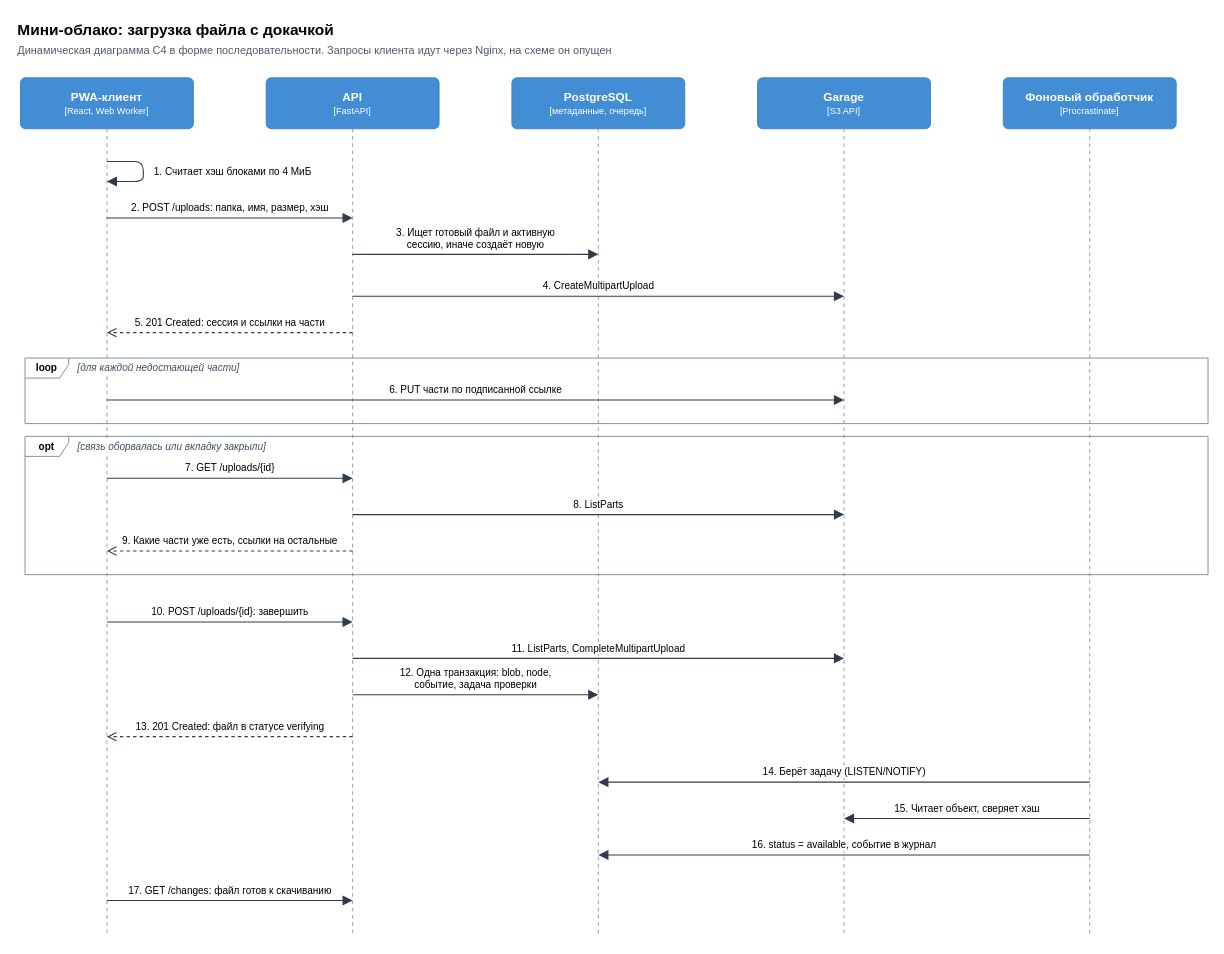
Above: page "3. Загрузка с докачкой (C4 dynamic)" (3 of 3) of docs/architecture/c4-diagram.drawio in NicolasRAA/minicloud (draw.io), before the change. Source tidied: cells renumbered, new cells numbered last; positions are measured from the earlier drawing's top-left corner, leaving out a move shared by most shapes. Both pictures are drawn from the tidied source at 91%, with x=0, y=0 at pixel (15, 15).
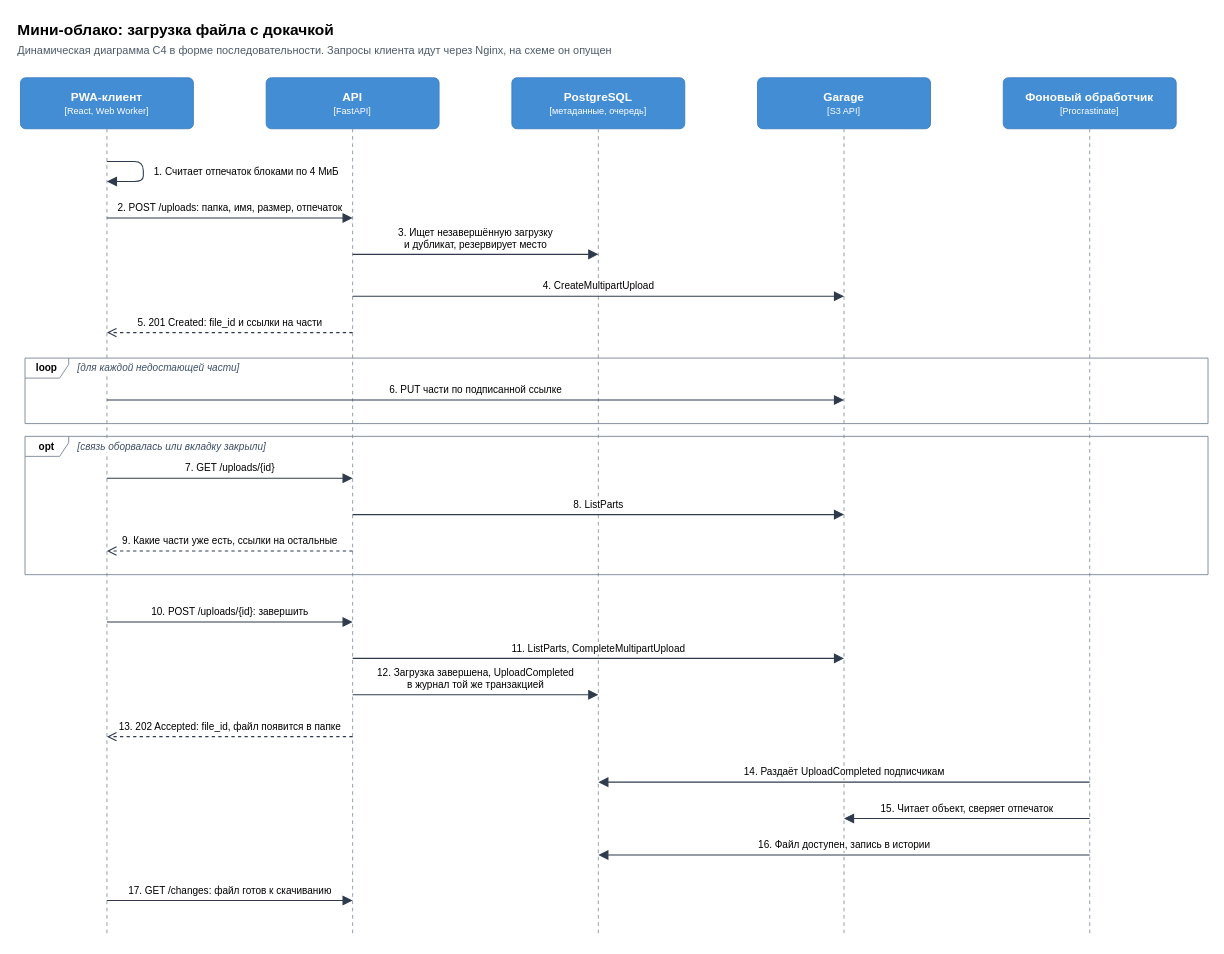
After the change.

The edit, as a diff of the source:
```diff
@@
-    <mxCell id="14" value="1. Считает хэш блоками по 4 МиБ" style="text;html=1;whiteSpace=wrap;align=left;verticalAlign=middle;fontSize=11;fontFamily=Helvetica;" parent="1" vertex="1">
+    <mxCell id="14" value="1. Считает отпечаток блоками по 4 МиБ" style="text;html=1;whiteSpace=wrap;align=left;verticalAlign=middle;fontSize=11;fontFamily=Helvetica;" parent="1" vertex="1">
       <mxGeometry x="150" y="159" width="320" height="24" as="geometry" />
     </mxCell>
-    <mxCell id="15" value="2. POST /uploads: папка, имя, размер, хэш" style="html=1;endArrow=block;endFill=1;endSize=8;strokeColor=#2f3b4c;strokeWidth=1.2;fontSize=11;verticalAlign=bottom;labelBackgroundColor=#ffffff;fontFamily=Helvetica;" parent="1" edge="1">
+    <mxCell id="15" value="2. POST /uploads: папка, имя, размер, отпечаток" style="html=1;endArrow=block;endFill=1;endSize=8;strokeColor=#2f3b4c;strokeWidth=1.2;fontSize=11;verticalAlign=bottom;labelBackgroundColor=#ffffff;fontFamily=Helvetica;" parent="1" edge="1">
       <mxGeometry relative="1" as="geometry">
         <mxPoint x="100" y="222" as="sourcePoint" />
         <mxPoint x="370" y="222" as="targetPoint" />
         <mxPoint y="-2" as="offset" />
       </mxGeometry>
     </mxCell>
-    <mxCell id="16" value="3. Ищет готовый файл и активную&lt;br&gt;сессию, иначе создаёт новую" style="html=1;endArrow=block;endFill=1;endSize=8;strokeColor=#2f3b4c;strokeWidth=1.2;fontSize=11;verticalAlign=bottom;labelBackgroundColor=#ffffff;fontFamily=Helvetica;" parent="1" edge="1">
+    <mxCell id="16" value="3. Ищет незавершённую загрузку&lt;br&gt;и дубликат, резервирует место" style="html=1;endArrow=block;endFill=1;endSize=8;strokeColor=#2f3b4c;strokeWidth=1.2;fontSize=11;verticalAlign=bottom;labelBackgroundColor=#ffffff;fontFamily=Helvetica;" parent="1" edge="1">
       <mxGeometry relative="1" as="geometry">
         <mxPoint x="370" y="262" as="sourcePoint" />
         <mxPoint x="640" y="262" as="targetPoint" />
         <mxPoint y="-2" as="offset" />
       </mxGeometry>
     </mxCell>
@@
-    <mxCell id="18" value="5. 201 Created: сессия и ссылки на части" style="html=1;endArrow=open;endFill=0;endSize=8;strokeColor=#2f3b4c;strokeWidth=1.2;fontSize=11;verticalAlign=bottom;labelBackgroundColor=#ffffff;fontFamily=Helvetica;dashed=1;" parent="1" edge="1">
+    <mxCell id="18" value="5. 201 Created: file_id и ссылки на части" style="html=1;endArrow=open;endFill=0;endSize=8;strokeColor=#2f3b4c;strokeWidth=1.2;fontSize=11;verticalAlign=bottom;labelBackgroundColor=#ffffff;fontFamily=Helvetica;dashed=1;" parent="1" edge="1">
       <mxGeometry relative="1" as="geometry">
         <mxPoint x="370" y="348" as="sourcePoint" />
         <mxPoint x="100" y="348" as="targetPoint" />
         <mxPoint y="-2" as="offset" />
       </mxGeometry>
     </mxCell>
@@
-    <mxCell id="29" value="12. Одна транзакция: blob, node,&lt;br&gt;событие, задача проверки" style="html=1;endArrow=block;endFill=1;endSize=8;strokeColor=#2f3b4c;strokeWidth=1.2;fontSize=11;verticalAlign=bottom;labelBackgroundColor=#ffffff;fontFamily=Helvetica;" parent="1" edge="1">
+    <mxCell id="29" value="12. Загрузка завершена, UploadCompleted&lt;br&gt;в журнал той же транзакцией" style="html=1;endArrow=block;endFill=1;endSize=8;strokeColor=#2f3b4c;strokeWidth=1.2;fontSize=11;verticalAlign=bottom;labelBackgroundColor=#ffffff;fontFamily=Helvetica;" parent="1" edge="1">
       <mxGeometry relative="1" as="geometry">
         <mxPoint x="370" y="746" as="sourcePoint" />
         <mxPoint x="640" y="746" as="targetPoint" />
         <mxPoint y="-2" as="offset" />
       </mxGeometry>
     </mxCell>
-    <mxCell id="30" value="13. 201 Created: файл в статусе verifying" style="html=1;endArrow=open;endFill=0;endSize=8;strokeColor=#2f3b4c;strokeWidth=1.2;fontSize=11;verticalAlign=bottom;labelBackgroundColor=#ffffff;fontFamily=Helvetica;dashed=1;" parent="1" edge="1">
+    <mxCell id="30" value="13. 202 Accepted: file_id, файл появится в папке" style="html=1;endArrow=open;endFill=0;endSize=8;strokeColor=#2f3b4c;strokeWidth=1.2;fontSize=11;verticalAlign=bottom;labelBackgroundColor=#ffffff;fontFamily=Helvetica;dashed=1;" parent="1" edge="1">
       <mxGeometry relative="1" as="geometry">
         <mxPoint x="370" y="792" as="sourcePoint" />
         <mxPoint x="100" y="792" as="targetPoint" />
         <mxPoint y="-2" as="offset" />
       </mxGeometry>
     </mxCell>
-    <mxCell id="31" value="14. Берёт задачу (LISTEN/NOTIFY)" style="html=1;endArrow=block;endFill=1;endSize=8;strokeColor=#2f3b4c;strokeWidth=1.2;fontSize=11;verticalAlign=bottom;labelBackgroundColor=#ffffff;fontFamily=Helvetica;" parent="1" edge="1">
+    <mxCell id="31" value="14. Раздаёт UploadCompleted подписчикам" style="html=1;endArrow=block;endFill=1;endSize=8;strokeColor=#2f3b4c;strokeWidth=1.2;fontSize=11;verticalAlign=bottom;labelBackgroundColor=#ffffff;fontFamily=Helvetica;" parent="1" edge="1">
       <mxGeometry relative="1" as="geometry">
         <mxPoint x="1180" y="842" as="sourcePoint" />
         <mxPoint x="640" y="842" as="targetPoint" />
         <mxPoint y="-2" as="offset" />
       </mxGeometry>
     </mxCell>
-    <mxCell id="32" value="15. Читает объект, сверяет хэш" style="html=1;endArrow=block;endFill=1;endSize=8;strokeColor=#2f3b4c;strokeWidth=1.2;fontSize=11;verticalAlign=bottom;labelBackgroundColor=#ffffff;fontFamily=Helvetica;" parent="1" edge="1">
+    <mxCell id="32" value="15. Читает объект, сверяет отпечаток" style="html=1;endArrow=block;endFill=1;endSize=8;strokeColor=#2f3b4c;strokeWidth=1.2;fontSize=11;verticalAlign=bottom;labelBackgroundColor=#ffffff;fontFamily=Helvetica;" parent="1" edge="1">
       <mxGeometry relative="1" as="geometry">
         <mxPoint x="1180" y="882" as="sourcePoint" />
         <mxPoint x="910" y="882" as="targetPoint" />
         <mxPoint y="-2" as="offset" />
       </mxGeometry>
     </mxCell>
-    <mxCell id="33" value="16. status = available, событие в журнал" style="html=1;endArrow=block;endFill=1;endSize=8;strokeColor=#2f3b4c;strokeWidth=1.2;fontSize=11;verticalAlign=bottom;labelBackgroundColor=#ffffff;fontFamily=Helvetica;" parent="1" edge="1">
+    <mxCell id="33" value="16. Файл доступен, запись в истории" style="html=1;endArrow=block;endFill=1;endSize=8;strokeColor=#2f3b4c;strokeWidth=1.2;fontSize=11;verticalAlign=bottom;labelBackgroundColor=#ffffff;fontFamily=Helvetica;" parent="1" edge="1">
       <mxGeometry relative="1" as="geometry">
         <mxPoint x="1180" y="922" as="sourcePoint" />
         <mxPoint x="640" y="922" as="targetPoint" />
         <mxPoint y="-2" as="offset" />
       </mxGeometry>
     </mxCell>
```
